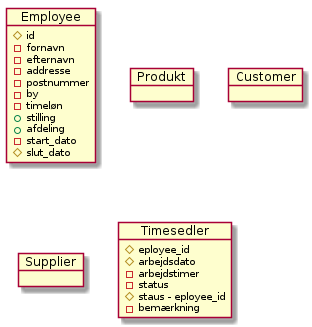
Above: tabeller.png in GRP25/db (PlantUML), before the change.
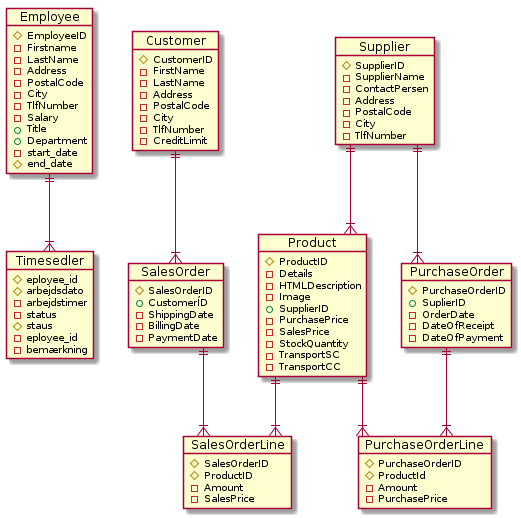
Later version of the same file.

Commit message:
New database schema image

The edit, as a diff of the source:
```diff
@@ -1,26 +1,93 @@
 @startuml
+skinparam linetype ortho
+
 object Employee {
-    # id
-    - fornavn
-    - efternavn
-    - addresse
-    - postnummer
-    - by
-    - timeløn
-    + stilling
-    + afdeling
-    - start_dato
-    # slut_dato
+    # EmployeeID
+    - Firstname
+    - LastName
+    - Address
+    - PostalCode
+    - City
+    - TlfNumber
+    - Salary
+    + Title
+    + Department
+    - start_date
+    # end_date
 }
-object Produkt
-object Customer
-object Supplier
+object Product {
+    # ProductID
+    - Details
+    - HTMLDescription
+    - Image
+    + SupplierID
+    - PurchasePrice
+    - SalesPrice
+    - StockQuantity
+    - TransportSC
+    - TransportCC
+}
+object Customer {
+    # CustomerID
+    - FirstName
+    - LastName
+    - Address
+    - PostalCode
+    - City
+    - TlfNumber
+    - CreditLimit
+}
+object SalesOrder {
+    # SalesOrderID
+    + CustomerÍD
+    - ShippingDate
+    - BillingDate
+    - PaymentDate
+}
+object SalesOrderLine {
+    # SalesOrderID
+    # ProductID
+    - Amount
+    - SalesPrice
+}
+object Supplier {
+    # SupplierID
+    - SupplierName
+    - ContactPersen
+    - Address
+    - PostalCode
+    - City
+    - TlfNumber
+}
+object PurchaseOrder {
+    # PurchaseOrderID
+    + SuplierID
+    - OrderDate
+    - DateOfReceipt
+    - DateOfPayment
+}
+object PurchaseOrderLine {
+    # PurchaseOrderID
+    # ProductId
+    - Amount
+    - PurchasePrice
+}
 object Timesedler {
     # eployee_id
     # arbejdsdato
     - arbejdstimer
     - status
-    # staus - eployee_id
+    # staus
+    - eployee_id
     - bemærkning
 }
+
+PurchaseOrder ||--|{ PurchaseOrderLine
+Product ||--|{ PurchaseOrderLine
+Supplier ||--|{ Product
+Customer ||--|{ SalesOrder
+SalesOrder ||--|{ SalesOrderLine
+Product ||--|{ SalesOrderLine
+Supplier ||--|{ PurchaseOrder
+Employee ||--|{ Timesedler
 @enduml
```
